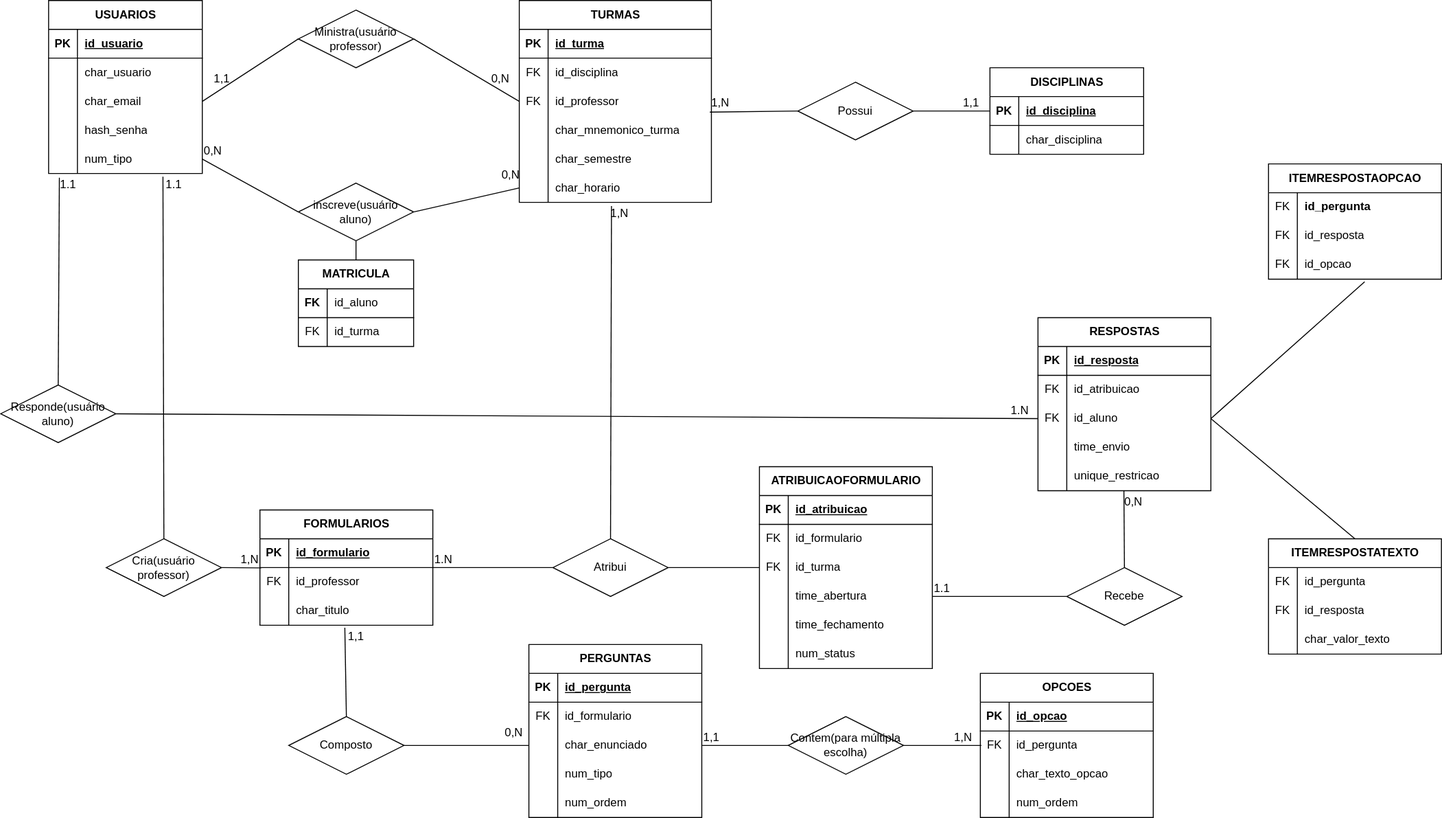
The draw.io diagram DiagramaER.svg in paradoxset/CAMAAR, before a commit. Source tidied: cells renumbered, new cells last; positions are measured from the earlier drawing's top-left corner, leaving out a move shared by most shapes.
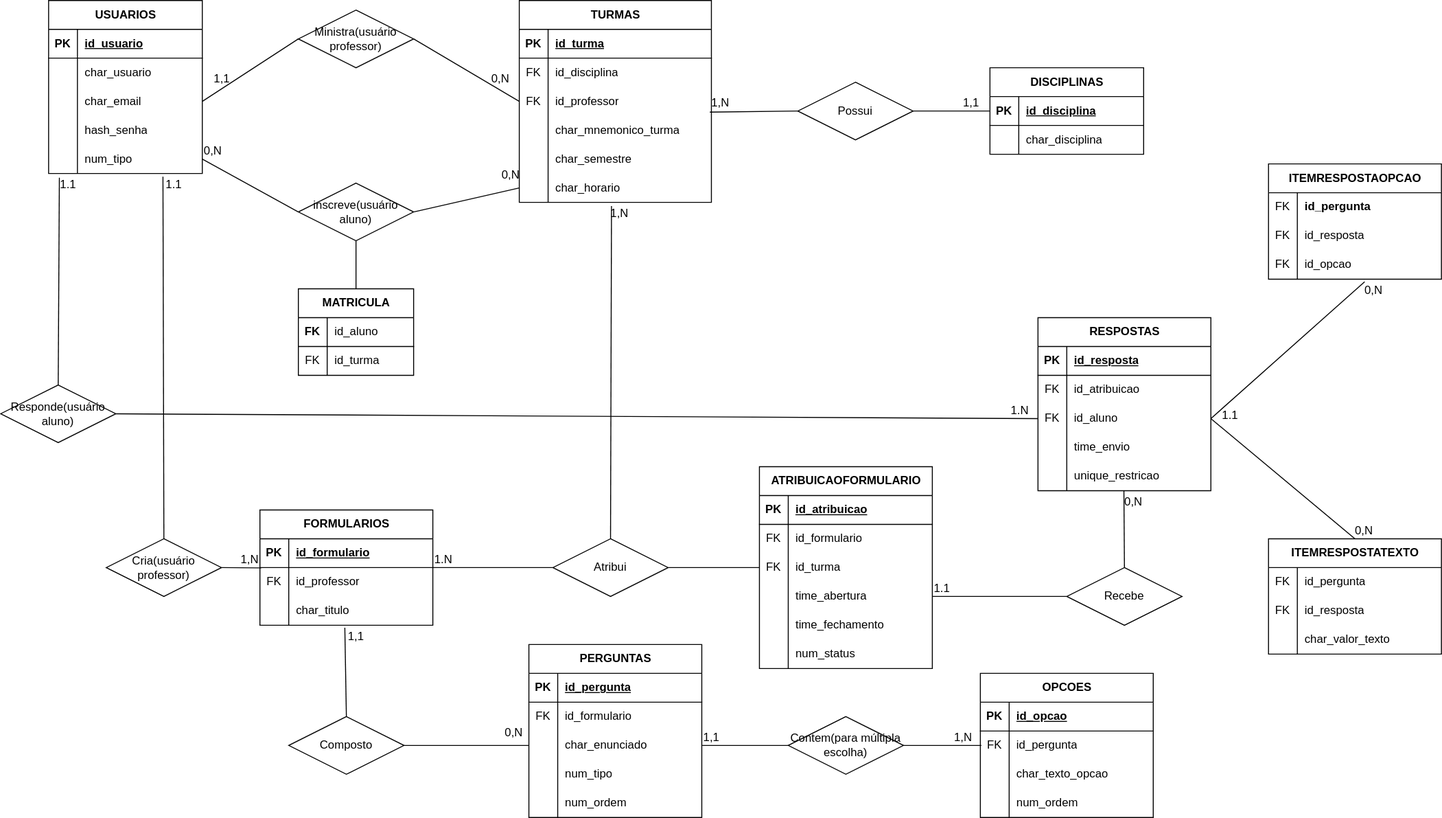
The same diagram one commit later.

What changed in the source:
```diff
@@ -129,7 +129,7 @@
       <mxGeometry x="30" width="170" height="30" as="geometry" />
     </mxCell>
     <mxCell id="44" value="MATRICULA" style="shape=table;startSize=30;rowLines=0;fontStyle=1;align=center;html=1;strokeColor=default;fontColor=default;" parent="1" vertex="1">
-      <mxGeometry x="310" y="270" width="120" height="90" as="geometry" />
+      <mxGeometry x="310" y="300" width="120" height="90" as="geometry" />
     </mxCell>
     <mxCell id="45" style="shape=tableRow;horizontal=0;startSize=0;swimlaneHead=0;swimlaneBody=0;fillColor=none;top=0;left=0;right=0;bottom=1;" parent="44" vertex="1">
       <mxGeometry y="30" width="120" height="30" as="geometry" />
@@ -601,5 +601,14 @@
     <mxCell id="194" style="endArrow=none;html=1;rounded=0;entryX=1;entryY=0.5;entryDx=0;entryDy=0;exitX=0.5;exitY=0;exitDx=0;exitDy=0;" parent="1" edge="1" source="106" target="97">
       <mxGeometry relative="1" as="geometry" />
     </mxCell>
+    <mxCell id="195" value="1.1" style="html=1;whiteSpace=wrap;align=left;verticalAlign=bottom;" parent="1" vertex="1">
+      <mxGeometry x="1270" y="440" as="geometry" />
+    </mxCell>
+    <mxCell id="196" value="0,N" style="html=1;whiteSpace=wrap;align=right;verticalAlign=bottom;" parent="1" vertex="1">
+      <mxGeometry x="1430" y="560" as="geometry" />
+    </mxCell>
+    <mxCell id="197" value="0,N" style="html=1;whiteSpace=wrap;align=right;verticalAlign=bottom;" parent="1" vertex="1">
+      <mxGeometry x="1440" y="310" as="geometry" />
+    </mxCell>
   </root>
 </mxGraphModel>
```
